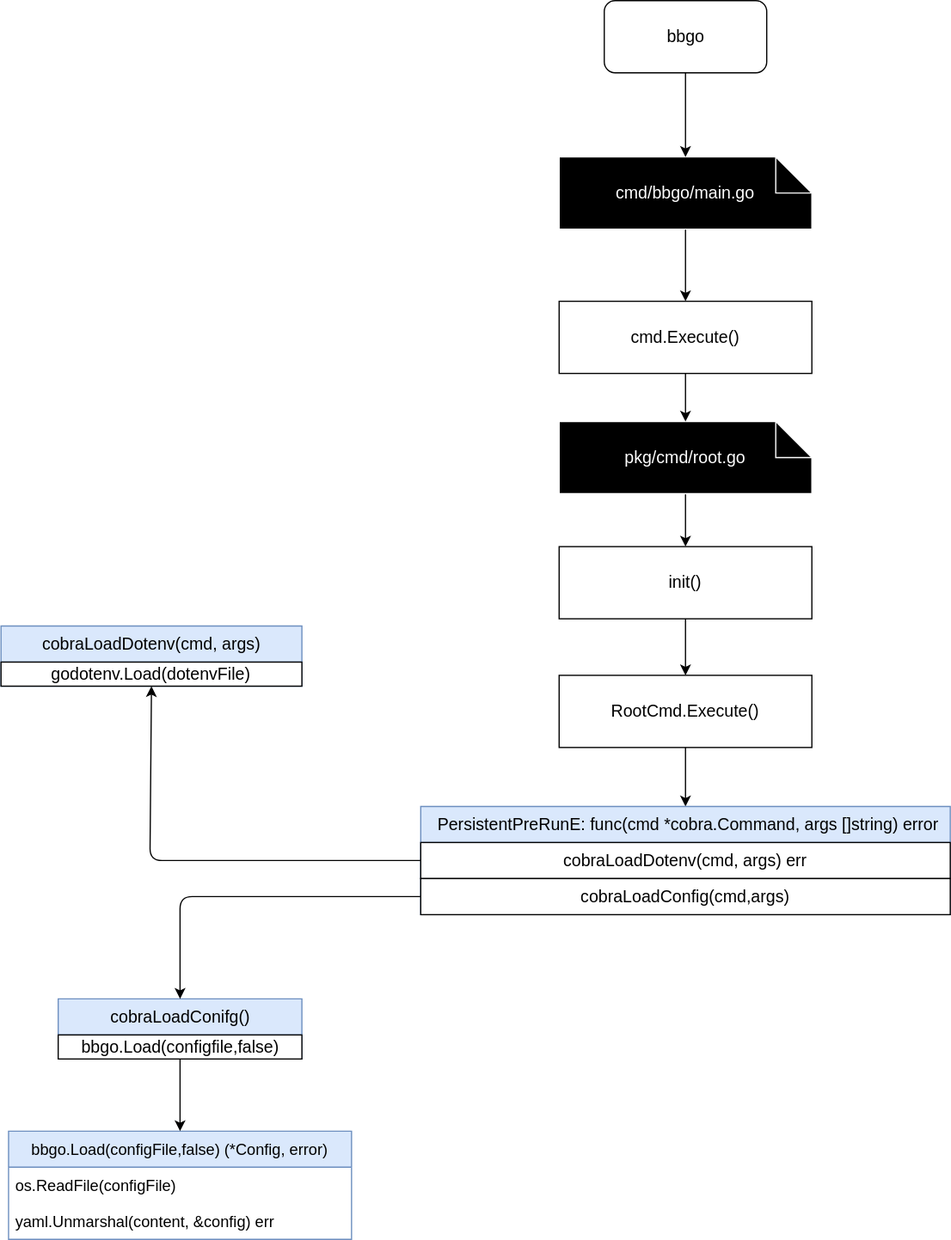
This is learn_bbgo_with_func/flow_chart/bbgo.drawio.svg from Kozphy/go_learn, a draw.io export, as it was before one commit. Source tidied: cells renumbered, new cells last; positions are measured from the earlier drawing's top-left corner, leaving out a move shared by most shapes.
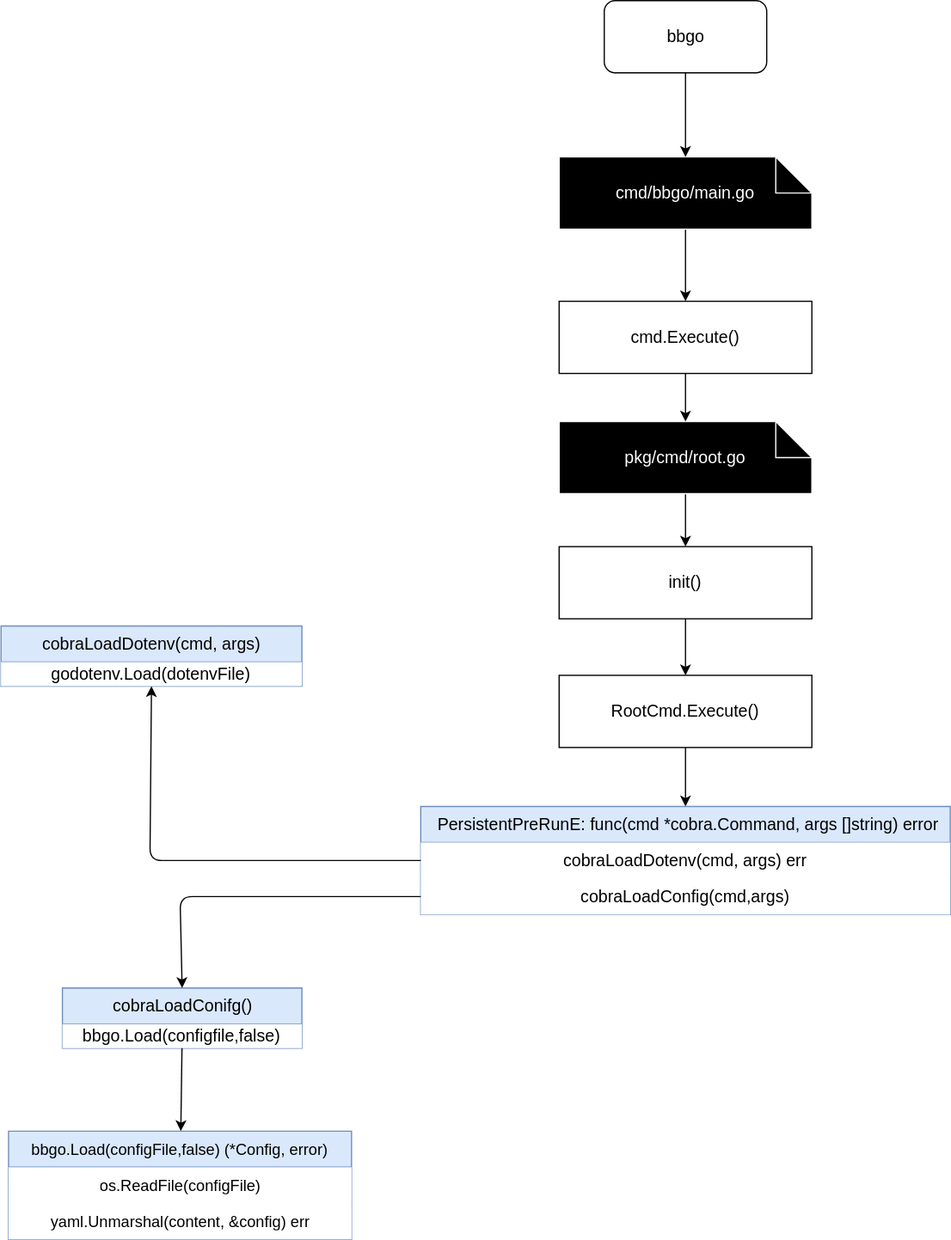
The same file after the commit.

The edit, as a diff of the source:
```diff
@@ -2,7 +2,7 @@
   <root>
     <mxCell id="0" />
     <mxCell id="1" parent="0" />
-    <mxCell id="2" style="edgeStyle=orthogonalEdgeStyle;rounded=0;jettySize=auto;html=1;" parent="1" edge="1" source="3" target="26">
+    <mxCell id="2" style="edgeStyle=orthogonalEdgeStyle;rounded=0;jettySize=auto;html=1;strokeColor=#000000;" parent="1" edge="1" source="3" target="26">
       <mxGeometry relative="1" as="geometry" />
     </mxCell>
     <mxCell id="3" value="cmd/bbgo/main.go" style="shape=note;whiteSpace=wrap;html=1;backgroundOutline=1;darkOpacity=0.05;fontFamily=Helvetica;fontSize=14;fontColor=#FFFFFF;align=center;strokeColor=#FFFFFF;fillColor=#000000;" parent="1" vertex="1">
@@ -29,10 +29,10 @@
     <mxCell id="10" value="&amp;nbsp;PersistentPreRunE: func(cmd *cobra.Command, args []string) error" style="swimlane;fontStyle=0;horizontal=1;startSize=30;fontFamily=Helvetica;fontSize=14;align=center;strokeColor=#6c8ebf;fillColor=#dae8fc;html=1;" parent="1" vertex="1">
       <mxGeometry x="349" y="670" width="440" height="90" as="geometry" />
     </mxCell>
-    <mxCell id="11" value="cobraLoadDotenv(cmd, args) err" style="whiteSpace=wrap;html=1;fontSize=14;" parent="10" vertex="1">
+    <mxCell id="11" value="cobraLoadDotenv(cmd, args) err" style="whiteSpace=wrap;html=1;fontSize=14;strokeColor=none;" parent="10" vertex="1">
       <mxGeometry y="30" width="440" height="30" as="geometry" />
     </mxCell>
-    <mxCell id="12" value="cobraLoadConfig(cmd,args)" style="whiteSpace=wrap;html=1;fontSize=14;" parent="10" vertex="1">
+    <mxCell id="12" value="cobraLoadConfig(cmd,args)" style="whiteSpace=wrap;html=1;fontSize=14;strokeColor=none;" parent="10" vertex="1">
       <mxGeometry y="60" width="440" height="30" as="geometry" />
     </mxCell>
     <mxCell id="13" style="edgeStyle=none;html=1;fontSize=14;" parent="1" edge="1" source="14" target="3">
@@ -44,22 +44,22 @@
     <mxCell id="15" value="&lt;font style=&quot;font-size: 14px&quot;&gt;cobraLoadDotenv(cmd, args)&lt;/font&gt;" style="swimlane;fontStyle=0;horizontal=1;startSize=30;fontFamily=Helvetica;fontSize=12;align=center;strokeColor=#6c8ebf;fillColor=#dae8fc;html=1;" parent="1" vertex="1">
       <mxGeometry x="0.2" y="520" width="250" height="50" as="geometry" />
     </mxCell>
-    <mxCell id="16" value="&lt;font style=&quot;font-size: 14px&quot;&gt;godotenv.Load(dotenvFile)&lt;/font&gt;" style="rounded=0;whiteSpace=wrap;html=1;" parent="15" vertex="1">
+    <mxCell id="16" value="&lt;font style=&quot;font-size: 14px&quot;&gt;godotenv.Load(dotenvFile)&lt;/font&gt;" style="rounded=0;whiteSpace=wrap;html=1;strokeColor=none;" parent="15" vertex="1">
       <mxGeometry y="30" width="250" height="20" as="geometry" />
     </mxCell>
-    <mxCell id="17" value="&lt;font style=&quot;font-size: 14px&quot;&gt;cobraLoadConifg()&lt;/font&gt;" style="swimlane;fontStyle=0;horizontal=1;startSize=30;fontFamily=Helvetica;fontSize=12;align=center;strokeColor=#6c8ebf;fillColor=#dae8fc;html=1;" parent="1" vertex="1">
-      <mxGeometry x="47.8" y="830" width="202.5" height="50" as="geometry" />
+    <mxCell id="17" value="&lt;font style=&quot;font-size: 14px;&quot;&gt;cobraLoadConifg()&lt;/font&gt;" style="swimlane;fontStyle=0;horizontal=1;startSize=30;fontFamily=Helvetica;fontSize=14;align=center;strokeColor=#6c8ebf;fillColor=#dae8fc;html=1;" parent="1" vertex="1">
+      <mxGeometry x="51.2" y="821" width="199" height="50" as="geometry" />
     </mxCell>
-    <mxCell id="18" value="&lt;font style=&quot;font-size: 14px&quot;&gt;bbgo.Load(configfile,false)&lt;/font&gt;" style="rounded=0;whiteSpace=wrap;html=1;" parent="17" vertex="1">
-      <mxGeometry y="30" width="202.5" height="20" as="geometry" />
+    <mxCell id="18" value="&lt;font style=&quot;font-size: 14px&quot;&gt;bbgo.Load(configfile,false)&lt;/font&gt;" style="rounded=0;whiteSpace=wrap;html=1;strokeColor=none;" parent="17" vertex="1">
+      <mxGeometry y="30" width="199" height="20" as="geometry" />
     </mxCell>
     <mxCell id="19" value="bbgo.Load(configFile,false) (*Config, error)" style="swimlane;fontStyle=0;horizontal=1;startSize=30;fontSize=13;fillColor=#dae8fc;strokeColor=#6c8ebf;" parent="1" vertex="1">
       <mxGeometry x="6.5" y="940" width="285" height="90" as="geometry" />
     </mxCell>
-    <mxCell id="20" value="os.ReadFile(configFile)" style="text;strokeColor=none;fillColor=none;align=left;verticalAlign=middle;spacingLeft=4;spacingRight=4;overflow=hidden;fontSize=13;" parent="19" vertex="1">
+    <mxCell id="20" value="os.ReadFile(configFile)" style="text;strokeColor=none;fillColor=default;align=center;verticalAlign=middle;spacingLeft=4;spacingRight=4;overflow=hidden;fontSize=13;whiteSpace=wrap;html=1;labelBorderColor=none;labelBackgroundColor=none;fontStyle=0;" parent="19" vertex="1">
       <mxGeometry y="30" width="285" height="30" as="geometry" />
     </mxCell>
-    <mxCell id="21" value="yaml.Unmarshal(content, &amp;config) err" style="text;strokeColor=none;fillColor=none;align=left;verticalAlign=middle;spacingLeft=4;spacingRight=4;overflow=hidden;fontSize=13;" parent="19" vertex="1">
+    <mxCell id="21" value="yaml.Unmarshal(content, &amp;amp;config) err" style="text;strokeColor=none;fillColor=default;align=center;verticalAlign=middle;spacingLeft=4;spacingRight=4;overflow=hidden;fontSize=13;whiteSpace=wrap;html=1;" parent="19" vertex="1">
       <mxGeometry y="60" width="285" height="30" as="geometry" />
     </mxCell>
     <mxCell id="22" style="edgeStyle=none;html=1;fontSize=14;" parent="1" edge="1" source="18" target="19">
```
